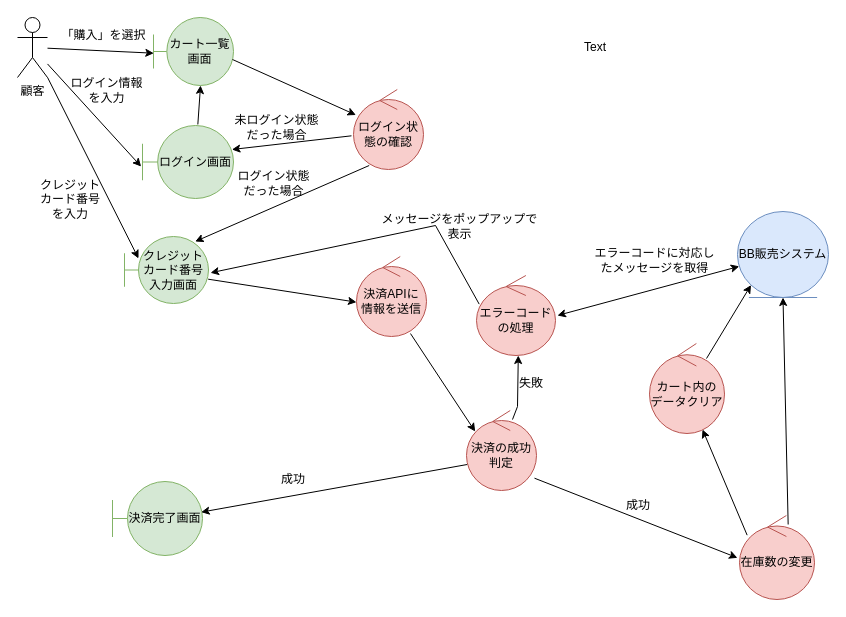
Before: BB/analysys_purchase.drawio in FujikawaHirono0520/group3_1_dogdog, a draw.io diagram. Source tidied: cells renumbered, new cells numbered last; positions are measured from the earlier drawing's top-left corner, leaving out a move shared by most shapes. Both pictures are drawn from the tidied source at 100%, with x=0, y=0 at pixel (17, 17).
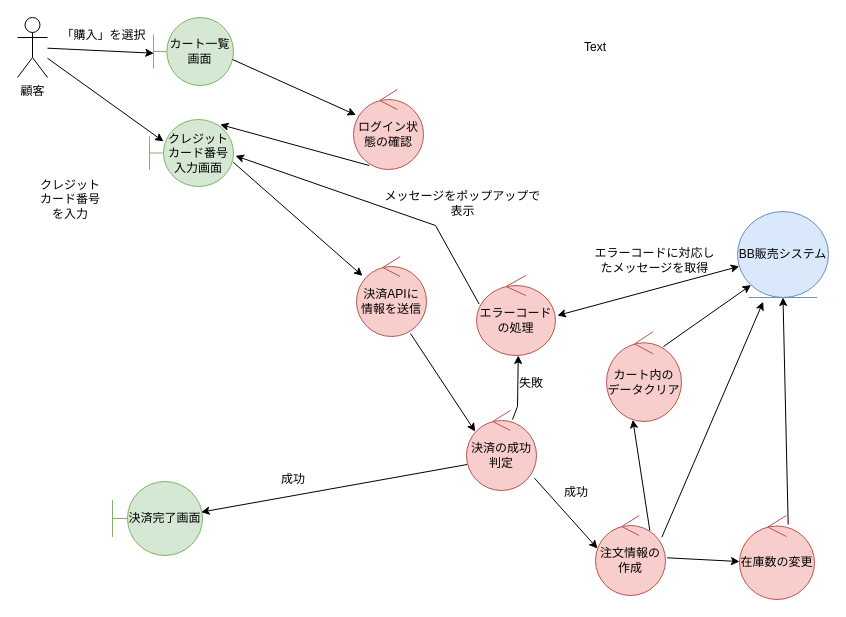
Above is the later version.

The change refers to these unchanged cells:
```xml
<mxCell id="2" value="顧客" style="shape=umlActor;verticalLabelPosition=bottom;verticalAlign=top;html=1;outlineConnect=0;" parent="1" vertex="1">
  <mxGeometry width="30" height="60" as="geometry" />
</mxCell>
<mxCell id="3" value="カート一覧画面" style="shape=umlBoundary;whiteSpace=wrap;html=1;fillColor=#d5e8d4;strokeColor=#82b366;" parent="1" vertex="1">
  <mxGeometry x="136" width="80" height="68" as="geometry" />
</mxCell>
<mxCell id="6" value="ログイン状態の確認" style="ellipse;shape=umlControl;whiteSpace=wrap;html=1;fillColor=#f8cecc;strokeColor=#b85450;" parent="1" vertex="1">
  <mxGeometry x="336" y="72" width="70" height="80" as="geometry" />
</mxCell>
<mxCell id="17" value="決済APIに&lt;div&gt;情報を送信&lt;/div&gt;" style="ellipse;shape=umlControl;whiteSpace=wrap;html=1;fillColor=#f8cecc;strokeColor=#b85450;" parent="1" vertex="1">
  <mxGeometry x="339" y="239" width="70" height="80" as="geometry" />
</mxCell>
<mxCell id="21" value="決済の成功判定" style="ellipse;shape=umlControl;whiteSpace=wrap;html=1;fillColor=#f8cecc;strokeColor=#b85450;" parent="1" vertex="1">
  <mxGeometry x="449" y="393" width="70" height="80" as="geometry" />
</mxCell>
<mxCell id="27" value="BB販売システム" style="ellipse;shape=umlEntity;whiteSpace=wrap;html=1;fillColor=#dae8fc;strokeColor=#6c8ebf;" parent="1" vertex="1">
  <mxGeometry x="720" y="194" width="91" height="86" as="geometry" />
</mxCell>
<mxCell id="33" value="在庫数の変更" style="ellipse;shape=umlControl;whiteSpace=wrap;html=1;fillColor=#f8cecc;strokeColor=#b85450;" parent="1" vertex="1">
  <mxGeometry x="722" y="498" width="75" height="84" as="geometry" />
</mxCell>
```

Change to the diagram source:
```diff
@@
-    <mxCell id="7" style="endArrow=classic;html=1;rounded=0;entryX=0.982;entryY=0.329;entryDx=0;entryDy=0;entryPerimeter=0;exitX=-0.029;exitY=0.579;exitDx=0;exitDy=0;exitPerimeter=0;" parent="1" edge="1" source="6" target="10">
-      <mxGeometry relative="1" as="geometry" />
-    </mxCell>
@@
-    <mxCell id="9" value="未ログイン状態だった場合" style="text;html=1;align=center;verticalAlign=middle;whiteSpace=wrap;rounded=0;" parent="1" vertex="1">
-      <mxGeometry x="213" y="95" width="93" height="30" as="geometry" />
-    </mxCell>
-    <mxCell id="10" value="ログイン画面" style="shape=umlBoundary;whiteSpace=wrap;html=1;fillColor=#d5e8d4;strokeColor=#82b366;" parent="1" vertex="1">
-      <mxGeometry x="125" y="108" width="91" height="73" as="geometry" />
-    </mxCell>
-    <mxCell id="11" style="endArrow=classic;html=1;rounded=0;exitX=0.608;exitY=-0.014;exitDx=0;exitDy=0;exitPerimeter=0;entryX=0.588;entryY=1;entryDx=0;entryDy=0;entryPerimeter=0;" parent="1" edge="1" source="10" target="3">
-      <mxGeometry relative="1" as="geometry" />
-    </mxCell>
-    <mxCell id="12" style="endArrow=classic;html=1;rounded=0;entryX=-0.015;entryY=0.562;entryDx=0;entryDy=0;entryPerimeter=0;" parent="1" edge="1" source="2" target="10">
-      <mxGeometry relative="1" as="geometry" />
-    </mxCell>
     <mxCell id="13" value="クレジットカード番号入力画面" style="shape=umlBoundary;whiteSpace=wrap;html=1;fillColor=#d5e8d4;strokeColor=#82b366;" parent="1" vertex="1">
-      <mxGeometry x="107" y="219" width="84" height="67" as="geometry" />
+      <mxGeometry x="132" y="102" width="84" height="67" as="geometry" />
     </mxCell>
@@
-    <mxCell id="16" value="ログイン状態だった場合" style="text;html=1;align=center;verticalAlign=middle;whiteSpace=wrap;rounded=0;" parent="1" vertex="1">
-      <mxGeometry x="216" y="151" width="81" height="30" as="geometry" />
-    </mxCell>
@@
-    <mxCell id="18" style="endArrow=classic;html=1;rounded=0;exitX=0.996;exitY=0.637;exitDx=0;exitDy=0;exitPerimeter=0;entryX=0;entryY=0.571;entryDx=0;entryDy=0;entryPerimeter=0;" parent="1" edge="1" source="13" target="17">
+    <mxCell id="18" style="endArrow=classic;html=1;rounded=0;exitX=0.996;exitY=0.637;exitDx=0;exitDy=0;exitPerimeter=0;entryX=0.086;entryY=0.242;entryDx=0;entryDy=0;entryPerimeter=0;" parent="1" edge="1" source="13" target="17">
       <mxGeometry relative="1" as="geometry" />
     </mxCell>
@@
     <mxCell id="32" value="メッセージをポップアップで表示" style="text;html=1;align=center;verticalAlign=middle;whiteSpace=wrap;rounded=0;rotation=0;" parent="1" vertex="1">
-      <mxGeometry x="359" y="194" width="167" height="30" as="geometry" />
+      <mxGeometry x="362" y="171" width="167" height="30" as="geometry" />
     </mxCell>
@@
-    <mxCell id="34" style="endArrow=classic;html=1;rounded=0;exitX=0.971;exitY=0.846;exitDx=0;exitDy=0;exitPerimeter=0;entryX=-0.027;entryY=0.504;entryDx=0;entryDy=0;entryPerimeter=0;" parent="1" edge="1" source="21" target="33">
-      <mxGeometry relative="1" as="geometry" />
+    <mxCell id="34" style="endArrow=classic;html=1;rounded=0;exitX=0.971;exitY=0.846;exitDx=0;exitDy=0;exitPerimeter=0;" parent="1" edge="1" source="21">
+      <mxGeometry relative="1" as="geometry">
+        <mxPoint x="580" y="531" as="targetPoint" />
+      </mxGeometry>
     </mxCell>
     <mxCell id="35" value="成功" style="text;html=1;align=center;verticalAlign=middle;whiteSpace=wrap;rounded=0;" parent="1" vertex="1">
-      <mxGeometry x="591" y="473" width="60" height="30" as="geometry" />
+      <mxGeometry x="529" y="460" width="60" height="30" as="geometry" />
     </mxCell>
@@
     <mxCell id="37" value="カート内の&lt;div&gt;データクリア&lt;/div&gt;" style="ellipse;shape=umlControl;whiteSpace=wrap;html=1;fillColor=#f8cecc;strokeColor=#b85450;" parent="1" vertex="1">
-      <mxGeometry x="632" y="326" width="75" height="90" as="geometry" />
+      <mxGeometry x="589" y="314" width="75" height="90" as="geometry" />
     </mxCell>
@@
-    <mxCell id="39" style="endArrow=classic;html=1;rounded=0;exitX=0.102;exitY=0.234;exitDx=0;exitDy=0;exitPerimeter=0;entryX=0.707;entryY=0.956;entryDx=0;entryDy=0;entryPerimeter=0;" parent="1" edge="1" source="33" target="37">
+    <mxCell id="39" style="endArrow=classic;html=1;rounded=0;exitX=0.776;exitY=0.188;exitDx=0;exitDy=0;exitPerimeter=0;entryX=0.351;entryY=0.981;entryDx=0;entryDy=0;entryPerimeter=0;" parent="1" edge="1" source="42" target="37">
       <mxGeometry relative="1" as="geometry" />
     </mxCell>
-    <mxCell id="40" value="ログイン情報を入力" style="text;html=1;align=center;verticalAlign=middle;whiteSpace=wrap;rounded=0;" parent="1" vertex="1">
-      <mxGeometry x="52" y="58" width="75" height="30" as="geometry" />
-    </mxCell>
@@
+    <mxCell id="42" value="注文情報の作成" style="ellipse;shape=umlControl;whiteSpace=wrap;html=1;fillColor=#f8cecc;strokeColor=#b85450;" parent="1" vertex="1">
+      <mxGeometry x="578" y="498" width="70" height="80" as="geometry" />
+    </mxCell>
+    <mxCell id="43" style="endArrow=classic;html=1;exitX=1.024;exitY=0.529;exitDx=0;exitDy=0;exitPerimeter=0;entryX=0;entryY=0.548;entryDx=0;entryDy=0;entryPerimeter=0;" parent="1" edge="1" source="42" target="33">
+      <mxGeometry relative="1" as="geometry" />
+    </mxCell>
+    <mxCell id="44" style="endArrow=classic;html=1;exitX=0.948;exitY=0.271;exitDx=0;exitDy=0;exitPerimeter=0;entryX=0.282;entryY=1.05;entryDx=0;entryDy=0;entryPerimeter=0;" parent="1" edge="1" source="42" target="27">
+      <mxGeometry relative="1" as="geometry" />
+    </mxCell>
```
